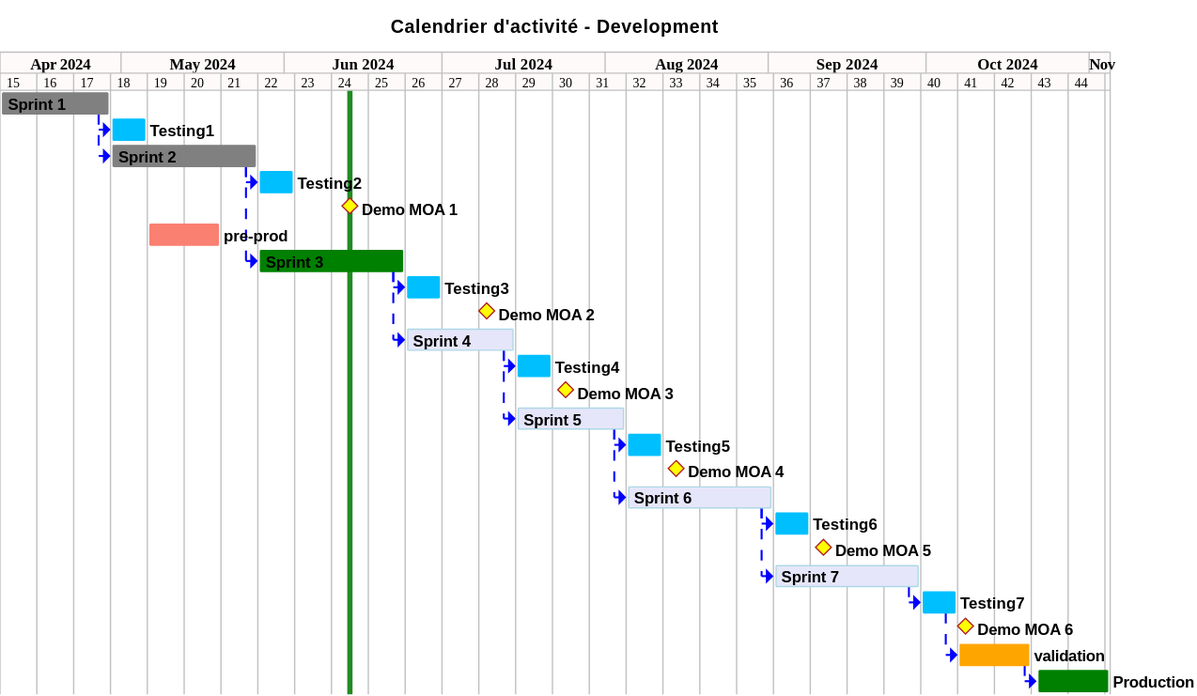
Before: projects/activity-calendar/not/images/refonte-activity-calendar-planning-sprints.svg, a diagram exported from PlantUML (sumaris-net/sumaris-doc). Its diagram source:
```plantuml
@startgantt
hide footbox

<style>
ganttDiagram {
    unstartedTask {
        FontName Helvetica
        FontColor Black
        FontSize 12
        FontStyle bold
        BackGroundColor DeepSkyBlue
        LineColor DeepSkyBlue
    }
    task {
        FontName Helvetica
        FontColor Black
        FontSize 12
        FontStyle bold
        BackGroundColor DeepSkyBlue
        LineColor DeepSkyBlue
    }
    milestone {
        FontColor black
        FontSize 12
        FontStyle bold
        BackGroundColor yellow
        LineColor FireBrick
    }
    note {
        FontColor DarkGreen
        FontSize 10
        LineColor OrangeRed
    }
    arrow {
        FontName Helvetica
        FontColor red
        FontSize 18
        FontStyle bold
        BackGroundColor GreenYellow
        LineColor blue
        LineStyle 8.0;13.0
        LineThickness 3.0
    }
    separator {
        BackgroundColor OliveDrab
        LineStyle 8.0;3.0
        LineColor Gray
        LineThickness 1.0
        FontSize 16
        FontStyle bold
        FontColor White
        Margin 5
        Padding 6
    }
    timeline {
        BackgroundColor Snow
    }
    closed {
        BackgroundColor pink
        FontColor red
    }
}
</style>

printscale weekly
projectscale weekly

title Calendrier d'activité - Development

today is colored in forestGreen

Project starts the 2024/04/08

[Sprint 1] as [TASK1] requires 3 weeks
[TASK1] is colored in grey

[Testing1] requires 1 week
[TASK1]->[Testing1]


[Sprint 2] as [TASK2] requires 4 weeks
[TASK2] is colored in Grey
[TASK1]->[TASK2]
[Testing2] requires 1 week
[TASK2]->[Testing2]
[Demo MOA 1] happens 11 day after [Testing2]'s end

[pre-prod] as [PREPROD] requires 2 week and starts the 6th of May 2024
[PREPROD] is colored in salmon

[Sprint 3] as [TASK3] requires 4 weeks
[TASK3] is colored in Green
[TASK2]->[TASK3]
[Testing3] requires 1 week
[TASK3]->[Testing3]
[Demo MOA 2] happens 9 day after [Testing3]'s end

[Sprint 4] as [TASK4] requires 3 weeks
[TASK4] is colored in Lavender/LightBlue
[TASK3]->[TASK4]
[Testing4] requires 1 week
[TASK4]->[Testing4]
[Demo MOA 3] happens 3 day after [Testing4]'s end

[Sprint 5] as [TASK5] requires 3 weeks
[TASK5] is colored in Lavender/LightBlue
[TASK4]->[TASK5]
[Testing5] requires 1 week and starts the 5th of August 2024
[TASK5]->[Testing5]
[Demo MOA 4] happens 3 day after [Testing5]'s end

[Sprint 6] as [TASK6] requires 4 weeks and starts the 5th of August 2024
[TASK6] is colored in Lavender/LightBlue
[TASK5]->[TASK6]
[Testing6] requires 1 week
[TASK6]->[Testing6]
[Demo MOA 5] happens 3 day after [Testing6]'s end

[Sprint 7] as [TASK7] requires 4 weeks and starts the 2th of September 2024
[TASK7] is colored in Lavender/LightBlue
[TASK6]->[TASK7]
[TASK7]->[Testing7]
[Testing7] requires 1 week and starts the 22th of September 2024
[Demo MOA 6] happens 2 day after [Testing7]'s end

[validation] as [VAL] requires 2 week and starts the 1th of October 2024
[VAL] is colored in orange
[Testing7]->[VAL]

[Production] as [PROD] requires 2 week and starts the 22th of October 2024
[PROD] is colored in green
[VAL]->[PROD]
@endgantt
```
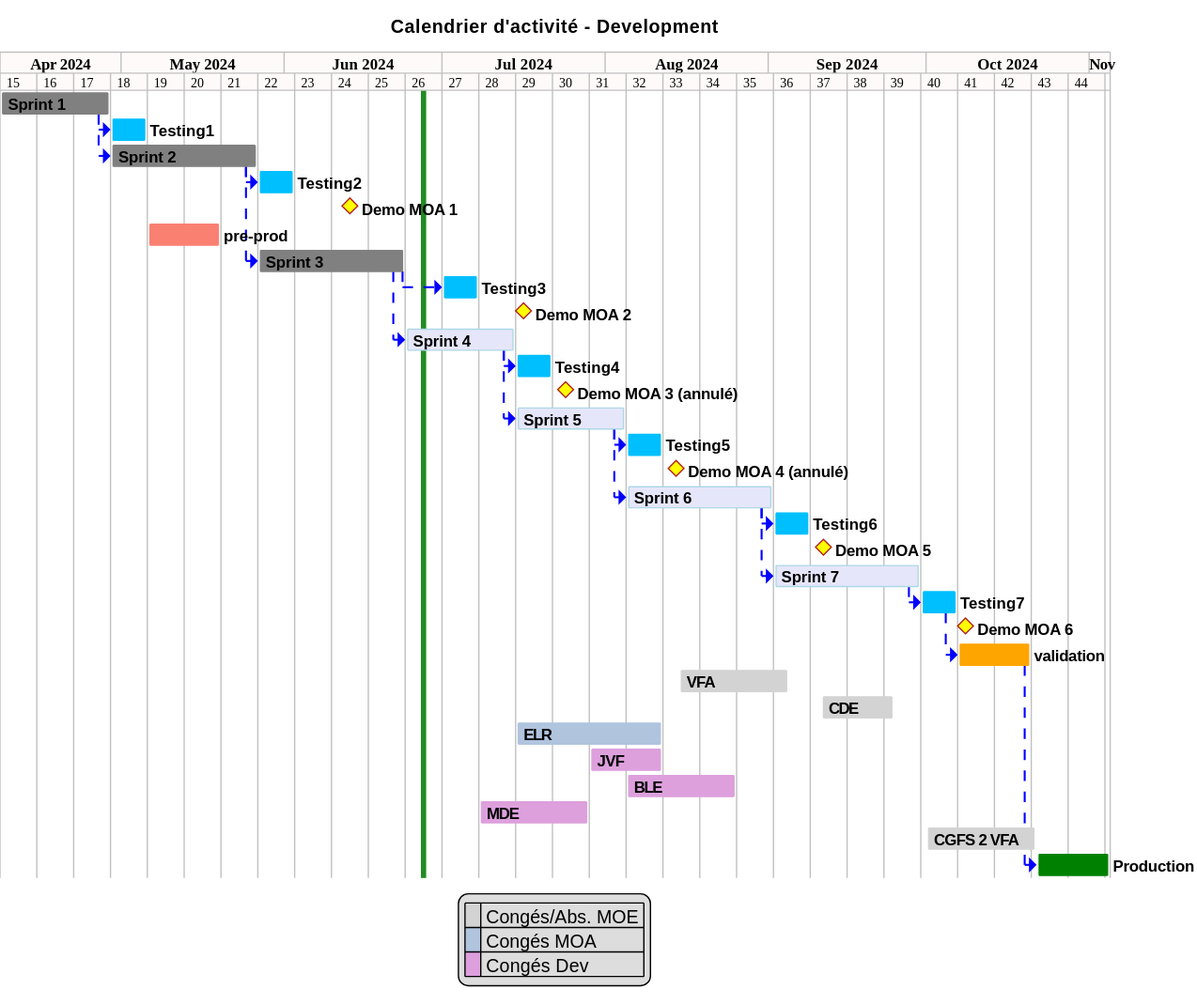
The same file after the commit.

Commit message:
[enh] update planning for ActiFlot V2, ObsVentes V2

The edit, as a diff of the source:
```diff
@@ -89,9 +89,9 @@
 [PREPROD] is colored in salmon
 
 [Sprint 3] as [TASK3] requires 4 weeks
-[TASK3] is colored in Green
+[TASK3] is colored in grey
 [TASK2]->[TASK3]
-[Testing3] requires 1 week
+[Testing3] requires 1 week and starts the 1th of July 2024
 [TASK3]->[Testing3]
 [Demo MOA 2] happens 9 day after [Testing3]'s end
 
@@ -100,14 +100,14 @@
 [TASK3]->[TASK4]
 [Testing4] requires 1 week
 [TASK4]->[Testing4]
-[Demo MOA 3] happens 3 day after [Testing4]'s end
+[Demo MOA 3 (annulé)] happens 3 day after [Testing4]'s end
 
 [Sprint 5] as [TASK5] requires 3 weeks
 [TASK5] is colored in Lavender/LightBlue
 [TASK4]->[TASK5]
 [Testing5] requires 1 week and starts the 5th of August 2024
 [TASK5]->[Testing5]
-[Demo MOA 4] happens 3 day after [Testing5]'s end
+[Demo MOA 4 (annulé)] happens 3 day after [Testing5]'s end
 
 [Sprint 6] as [TASK6] requires 4 weeks and starts the 5th of August 2024
 [TASK6] is colored in Lavender/LightBlue
@@ -127,7 +127,36 @@
 [VAL] is colored in orange
 [Testing7]->[VAL]
 
+[VFA] as [CONG_VFA] requires 3 week and starts the 15th of August 2024 and requires 2 week and starts the 11 of september 2024
+[CDE] as [CONG_CDE] requires 2 week and starts the 11 of september 2024
+[VFA] is colored in lightgrey
+[CDE] is colored in lightgrey
+
+[ELR] as [CONG_ELR] requires 4 week and starts the 15 of July 2024
+[ELR] is colored in lightsteelblue
+
+[JVF] as [CONG_JVF] requires 2 week and starts the 29th of July 2024
+[JVF] is colored in plum
+
+[BLE] as [CONG_BLE] requires 3 week and starts the 5th of August 2024
+[BLE] is colored in plum
+
+[MDE] as [CONG_MDE] requires 3 week and starts the 8th of July 2024
+[MDE] is colored in plum
+
+[CGFS 2 VFA] as [EMB] requires 3 week and starts the 31th of September 2024
+[EMB] is colored in lightgrey
+
+
 [Production] as [PROD] requires 2 week and starts the 22th of October 2024
 [PROD] is colored in green
 [VAL]->[PROD]
+
+
+legend
+  |<#lightgrey>  | Congés/Abs. MOE |
+  |<#lightsteelblue>  | Congés MOA |
+  |<#plum>   | Congés Dev |
+end legend
+
 @endgantt
```
